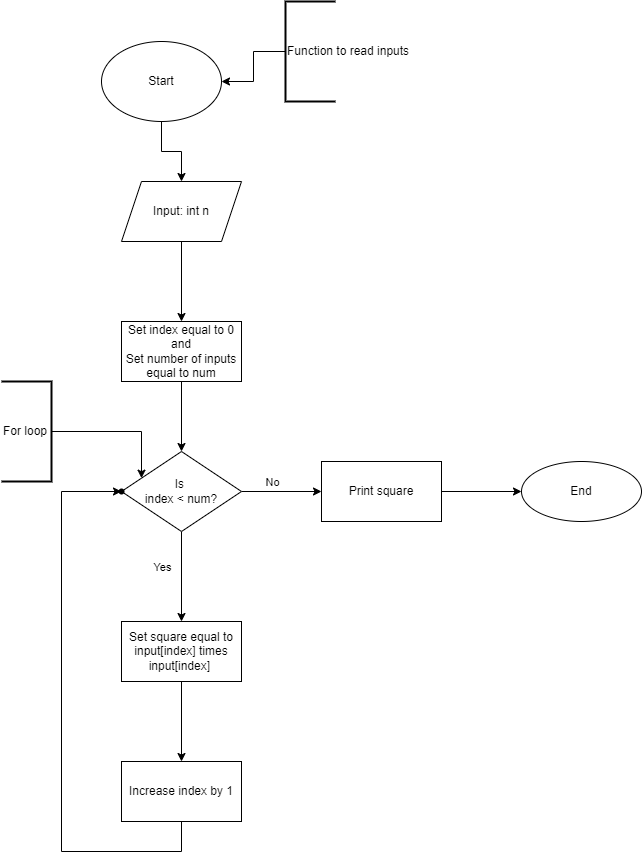
This is 0x00-map_your_mind/0-sum_squares.png from kwameayanful/alx-onboarding, a draw.io export, as it was before one commit. Source tidied: cells renumbered, new cells last; positions are measured from the earlier drawing's top-left corner, leaving out a move shared by most shapes.
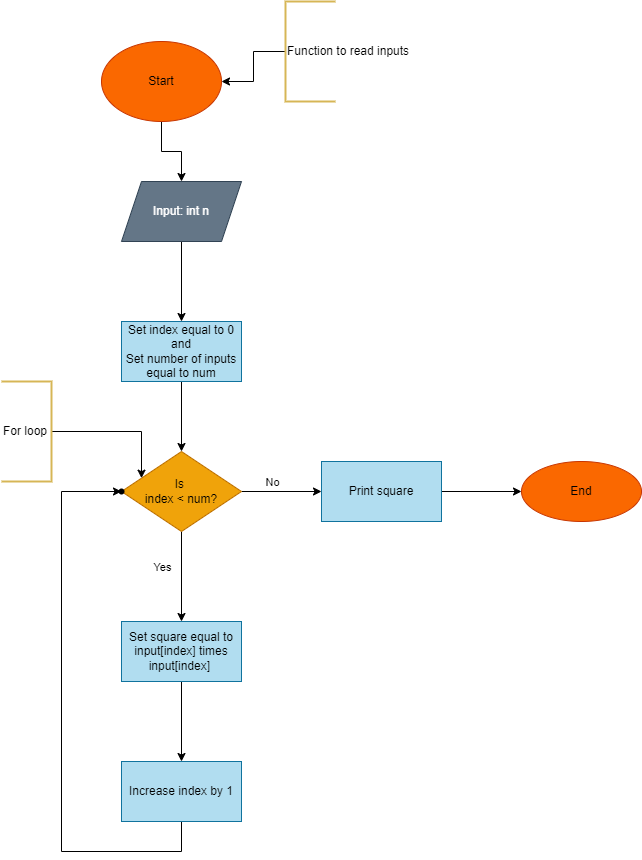
The same diagram one commit later.

Diff of the diagram source:
```diff
@@ -5,19 +5,19 @@
     <mxCell id="2" style="edgeStyle=orthogonalEdgeStyle;rounded=0;jettySize=auto;html=1;" parent="1" edge="1" source="3" target="5">
       <mxGeometry relative="1" as="geometry" />
     </mxCell>
-    <mxCell id="3" value="Start" style="ellipse;whiteSpace=wrap;html=1;" parent="1" vertex="1">
+    <mxCell id="3" value="Start" style="ellipse;whiteSpace=wrap;html=1;fillColor=#fa6800;fontColor=#000000;strokeColor=#C73500;" parent="1" vertex="1">
       <mxGeometry x="100" y="40" width="120" height="80" as="geometry" />
     </mxCell>
     <mxCell id="4" style="edgeStyle=orthogonalEdgeStyle;rounded=0;jettySize=auto;html=1;" parent="1" edge="1" source="5" target="7">
       <mxGeometry relative="1" as="geometry" />
     </mxCell>
-    <mxCell id="5" value="Input: int n" style="shape=parallelogram;perimeter=parallelogramPerimeter;whiteSpace=wrap;html=1;fixedSize=1;" parent="1" vertex="1">
+    <mxCell id="5" value="Input: int n" style="shape=parallelogram;perimeter=parallelogramPerimeter;whiteSpace=wrap;html=1;fixedSize=1;fillColor=#647687;fontColor=#ffffff;strokeColor=#314354;" parent="1" vertex="1">
       <mxGeometry x="120" y="180" width="120" height="60" as="geometry" />
     </mxCell>
     <mxCell id="6" style="edgeStyle=orthogonalEdgeStyle;rounded=0;jettySize=auto;html=1;" parent="1" edge="1" source="7" target="12">
       <mxGeometry relative="1" as="geometry" />
     </mxCell>
-    <mxCell id="7" value="Set index equal to 0&lt;br&gt;and&lt;br&gt;Set number of inputs equal to num" style="whiteSpace=wrap;html=1;" parent="1" vertex="1">
+    <mxCell id="7" value="Set index equal to 0&lt;br&gt;and&lt;br&gt;Set number of inputs equal to num" style="whiteSpace=wrap;html=1;fillColor=#b1ddf0;strokeColor=#10739e;" parent="1" vertex="1">
       <mxGeometry x="120" y="320" width="120" height="60" as="geometry" />
     </mxCell>
     <mxCell id="8" style="edgeStyle=orthogonalEdgeStyle;rounded=0;jettySize=auto;html=1;" parent="1" edge="1" source="12" target="14">
@@ -36,13 +36,13 @@
         <mxPoint x="-20" y="-13" as="offset" />
       </mxGeometry>
     </mxCell>
-    <mxCell id="12" value="Is &lt;br&gt;index &amp;lt; num?" style="rhombus;whiteSpace=wrap;html=1;" parent="1" vertex="1">
+    <mxCell id="12" value="Is &lt;br&gt;index &amp;lt; num?" style="rhombus;whiteSpace=wrap;html=1;fillColor=#f0a30a;fontColor=#000000;strokeColor=#BD7000;" parent="1" vertex="1">
       <mxGeometry x="120" y="450" width="120" height="80" as="geometry" />
     </mxCell>
     <mxCell id="13" style="edgeStyle=orthogonalEdgeStyle;rounded=0;jettySize=auto;html=1;" parent="1" edge="1" source="14" target="16">
       <mxGeometry relative="1" as="geometry" />
     </mxCell>
-    <mxCell id="14" value="Set square equal to input[index] times input[index]&amp;nbsp;" style="whiteSpace=wrap;html=1;" parent="1" vertex="1">
+    <mxCell id="14" value="Set square equal to input[index] times input[index]&amp;nbsp;" style="whiteSpace=wrap;html=1;fillColor=#b1ddf0;strokeColor=#10739e;" parent="1" vertex="1">
       <mxGeometry x="120" y="620" width="120" height="60" as="geometry" />
     </mxCell>
     <mxCell id="15" style="edgeStyle=orthogonalEdgeStyle;rounded=0;jettySize=auto;html=1;" parent="1" edge="1" source="16" target="17">
@@ -54,7 +54,7 @@
         </Array>
       </mxGeometry>
     </mxCell>
-    <mxCell id="16" value="Increase index by 1" style="whiteSpace=wrap;html=1;" parent="1" vertex="1">
+    <mxCell id="16" value="Increase index by 1" style="whiteSpace=wrap;html=1;fillColor=#b1ddf0;strokeColor=#10739e;" parent="1" vertex="1">
       <mxGeometry x="120" y="760" width="120" height="60" as="geometry" />
     </mxCell>
     <mxCell id="17" style="shape=waypoint;sketch=0;size=6;points=[];fillColor=default;perimeter=centerPerimeter;snapToPoint=1;" parent="1" vertex="1">
@@ -63,10 +63,10 @@
     <mxCell id="18" style="edgeStyle=orthogonalEdgeStyle;rounded=0;jettySize=auto;html=1;" parent="1" edge="1" source="19" target="20">
       <mxGeometry relative="1" as="geometry" />
     </mxCell>
-    <mxCell id="19" value="Print square" style="whiteSpace=wrap;html=1;" parent="1" vertex="1">
+    <mxCell id="19" value="Print square" style="whiteSpace=wrap;html=1;fillColor=#b1ddf0;strokeColor=#10739e;" parent="1" vertex="1">
       <mxGeometry x="320" y="460" width="120" height="60" as="geometry" />
     </mxCell>
-    <mxCell id="20" value="End" style="ellipse;whiteSpace=wrap;html=1;" parent="1" vertex="1">
+    <mxCell id="20" value="End" style="ellipse;whiteSpace=wrap;html=1;fillColor=#fa6800;fontColor=#000000;strokeColor=#C73500;" parent="1" vertex="1">
       <mxGeometry x="520" y="460" width="120" height="60" as="geometry" />
     </mxCell>
     <mxCell id="21" style="edgeStyle=orthogonalEdgeStyle;rounded=0;jettySize=auto;html=1;" parent="1" edge="1" source="22" target="12">
@@ -76,13 +76,13 @@
         </Array>
       </mxGeometry>
     </mxCell>
-    <mxCell id="22" value="For loop" style="strokeWidth=2;html=1;shape=mxgraph.flowchart.annotation_1;align=left;direction=west;" parent="1" vertex="1">
+    <mxCell id="22" value="For loop" style="strokeWidth=2;html=1;shape=mxgraph.flowchart.annotation_1;align=left;direction=west;fillColor=#fff2cc;strokeColor=#d6b656;gradientColor=#ffd966;" parent="1" vertex="1">
       <mxGeometry y="380" width="50" height="100" as="geometry" />
     </mxCell>
     <mxCell id="23" style="edgeStyle=orthogonalEdgeStyle;rounded=0;jettySize=auto;html=1;" parent="1" edge="1" source="24" target="3">
       <mxGeometry relative="1" as="geometry" />
     </mxCell>
-    <mxCell id="24" value="Function to read inputs" style="strokeWidth=2;html=1;shape=mxgraph.flowchart.annotation_1;align=left;" parent="1" vertex="1">
+    <mxCell id="24" value="Function to read inputs" style="strokeWidth=2;html=1;shape=mxgraph.flowchart.annotation_1;align=left;fillColor=#fff2cc;gradientColor=#ffd966;strokeColor=#d6b656;" parent="1" vertex="1">
       <mxGeometry x="284" width="50" height="100" as="geometry" />
     </mxCell>
   </root>
```
